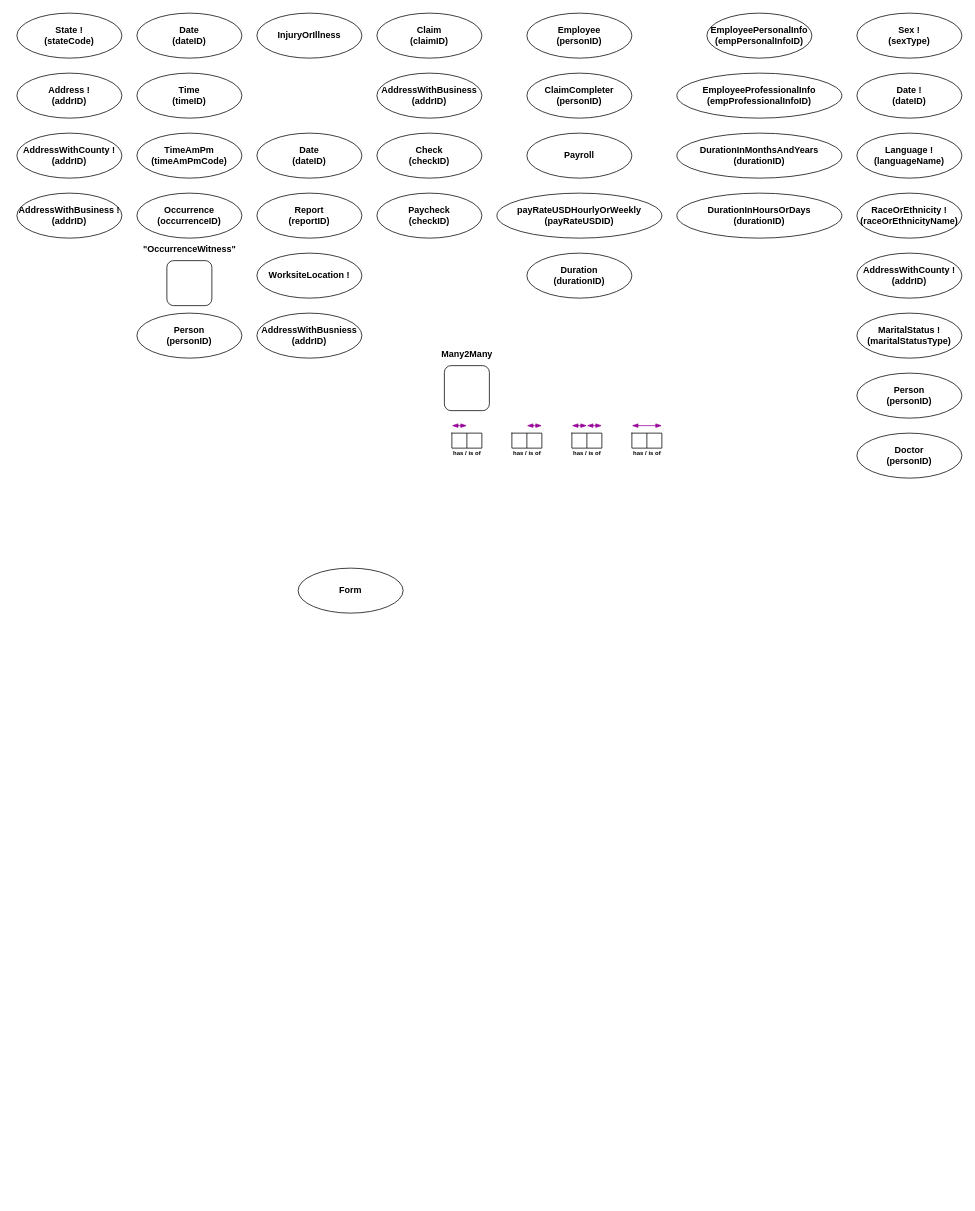
This is Exam_ORM.drawio from JaiChong/css475, a draw.io file, before an edit. Source tidied: cells renumbered, new cells numbered last; positions are measured from the earlier drawing's top-left corner, leaving out a move shared by most shapes. Both pictures are drawn from the tidied source at 75%, with x=0, y=0 at pixel (16, 13).
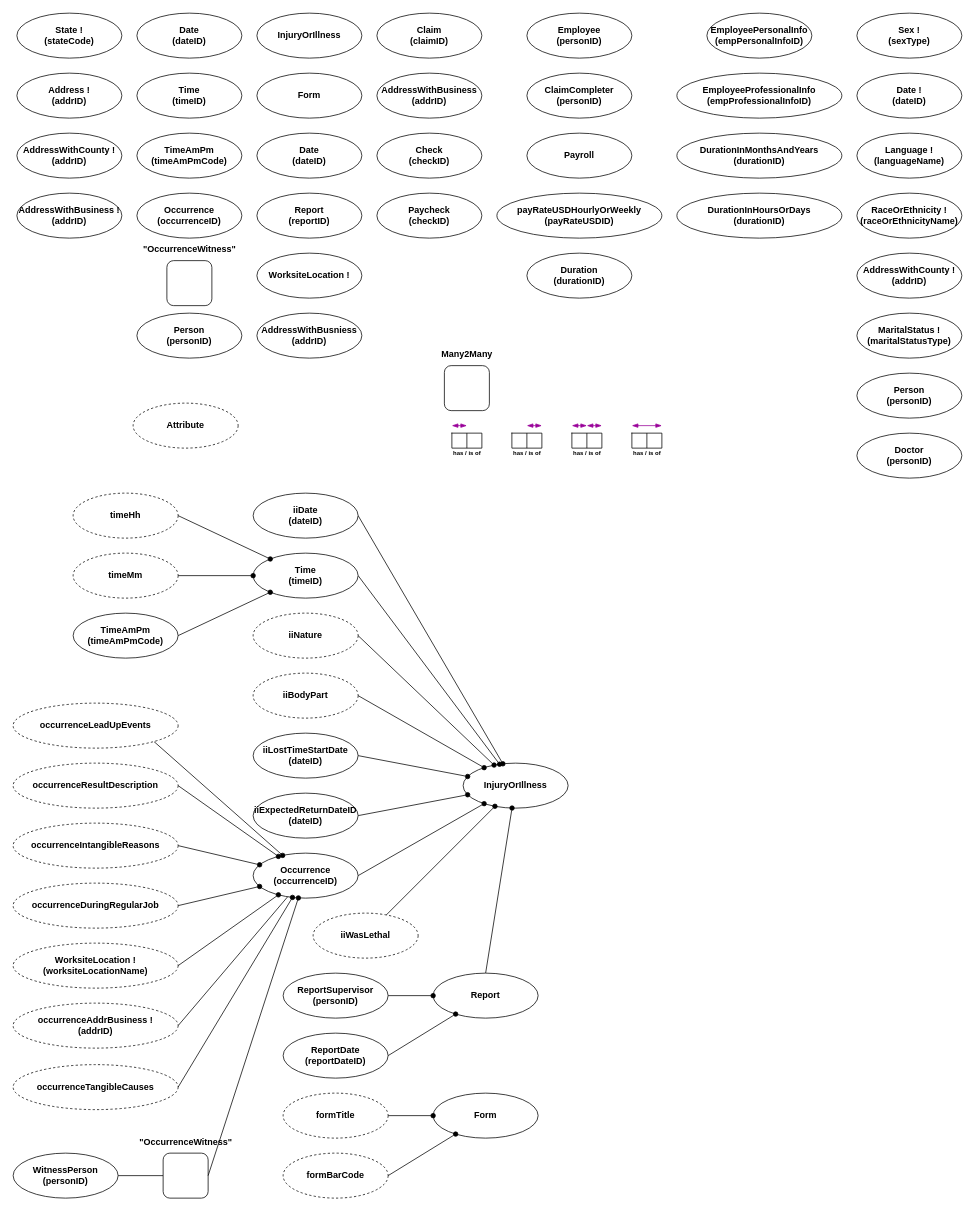
The same diagram, later.

What changed in the source:
```diff
@@
     <mxCell id="41" value="&lt;div&gt;Form&lt;/div&gt;" style="ellipse;whiteSpace=wrap;html=1;fontStyle=1;" parent="1" vertex="1">
-      <mxGeometry x="375" y="740" width="140" height="60" as="geometry" />
+      <mxGeometry x="320" y="80" width="140" height="60" as="geometry" />
     </mxCell>
@@
+    <mxCell id="67" value="Attribute" style="ellipse;whiteSpace=wrap;html=1;align=center;dashed=1;fontStyle=1;" parent="1" vertex="1">
+      <mxGeometry x="155" y="520" width="140" height="60" as="geometry" />
+    </mxCell>
+    <mxCell id="68" value="&lt;div&gt;InjuryOrIllness&lt;/div&gt;" style="ellipse;whiteSpace=wrap;html=1;fontStyle=1;" parent="1" vertex="1">
+      <mxGeometry x="595" y="1000" width="140" height="60" as="geometry" />
+    </mxCell>
+    <mxCell id="69" style="edgeStyle=none;rounded=0;jettySize=auto;html=1;exitX=1;exitY=0.5;exitDx=0;exitDy=0;endArrow=oval;endFill=1;" parent="1" edge="1" source="70" target="68">
+      <mxGeometry relative="1" as="geometry" />
+    </mxCell>
+    <mxCell id="70" value="iiDate&lt;br&gt;(dateID)" style="ellipse;whiteSpace=wrap;html=1;fontStyle=1;" parent="1" vertex="1">
+      <mxGeometry x="315" y="640" width="140" height="60" as="geometry" />
+    </mxCell>
+    <mxCell id="71" style="edgeStyle=none;rounded=0;jettySize=auto;html=1;exitX=1;exitY=0.5;exitDx=0;exitDy=0;endArrow=oval;endFill=1;" parent="1" edge="1" source="72" target="68">
+      <mxGeometry relative="1" as="geometry" />
+    </mxCell>
+    <mxCell id="72" value="Time&lt;div&gt;(timeID)&lt;br&gt;&lt;/div&gt;" style="ellipse;whiteSpace=wrap;html=1;fontStyle=1;" parent="1" vertex="1">
+      <mxGeometry x="315" y="720" width="140" height="60" as="geometry" />
+    </mxCell>
+    <mxCell id="73" style="edgeStyle=none;rounded=0;jettySize=auto;html=1;exitX=1;exitY=0.5;exitDx=0;exitDy=0;endArrow=oval;endFill=1;strokeColor=default;" parent="1" edge="1" source="74" target="72">
+      <mxGeometry relative="1" as="geometry" />
+    </mxCell>
+    <mxCell id="74" value="&lt;div&gt;TimeAmPm&lt;/div&gt;&lt;div&gt;(timeAmPmCode)&lt;br&gt;&lt;/div&gt;" style="ellipse;whiteSpace=wrap;html=1;fontStyle=1;" parent="1" vertex="1">
+      <mxGeometry x="75" y="800" width="140" height="60" as="geometry" />
+    </mxCell>
+    <mxCell id="75" style="edgeStyle=none;rounded=0;jettySize=auto;html=1;exitX=1;exitY=0.5;exitDx=0;exitDy=0;endArrow=oval;endFill=1;" parent="1" edge="1" source="76" target="68">
+      <mxGeometry relative="1" as="geometry" />
+    </mxCell>
+    <mxCell id="76" value="&lt;div&gt;Occurrence&lt;/div&gt;&lt;div&gt;(occurrenceID)&lt;br&gt;&lt;/div&gt;" style="ellipse;whiteSpace=wrap;html=1;fontStyle=1;" parent="1" vertex="1">
+      <mxGeometry x="315" y="1120" width="140" height="60" as="geometry" />
+    </mxCell>
+    <mxCell id="77" style="edgeStyle=none;rounded=0;jettySize=auto;html=1;endArrow=none;endFill=0;strokeColor=default;entryX=0;entryY=0.5;entryDx=0;entryDy=0;" parent="1" edge="1" source="78" target="79">
+      <mxGeometry relative="1" as="geometry" />
+    </mxCell>
+    <mxCell id="78" value="&lt;div&gt;WitnessPerson&lt;/div&gt;&lt;div&gt;(personID)&lt;br&gt;&lt;/div&gt;" style="ellipse;whiteSpace=wrap;html=1;fontStyle=1;" parent="1" vertex="1">
+      <mxGeometry x="-5" y="1520" width="140" height="60" as="geometry" />
+    </mxCell>
+    <mxCell id="79" style="rounded=1;whiteSpace=wrap;html=1;" parent="1" vertex="1">
+      <mxGeometry x="195" y="1520" width="60" height="60" as="geometry" />
+    </mxCell>
+    <mxCell id="80" style="edgeStyle=none;rounded=0;jettySize=auto;html=1;endArrow=oval;endFill=1;strokeColor=default;exitX=1;exitY=0.5;exitDx=0;exitDy=0;" parent="1" edge="1" source="79" target="76">
+      <mxGeometry relative="1" as="geometry" />
+    </mxCell>
+    <mxCell id="81" value="&quot;OccurrenceWitness&quot;" style="text;html=1;align=center;verticalAlign=middle;strokeColor=none;fillColor=none;fontStyle=1;" parent="1" vertex="1">
+      <mxGeometry x="150" y="1490" width="150" height="30" as="geometry" />
+    </mxCell>
+    <mxCell id="82" style="edgeStyle=none;rounded=0;jettySize=auto;html=1;exitX=1;exitY=0.5;exitDx=0;exitDy=0;endArrow=oval;endFill=1;strokeColor=default;" parent="1" edge="1" source="83" target="72">
+      <mxGeometry relative="1" as="geometry" />
+    </mxCell>
+    <mxCell id="83" value="&lt;div&gt;timeHh&lt;/div&gt;" style="ellipse;whiteSpace=wrap;html=1;align=center;dashed=1;fontStyle=1;" parent="1" vertex="1">
+      <mxGeometry x="75" y="640" width="140" height="60" as="geometry" />
+    </mxCell>
+    <mxCell id="84" style="edgeStyle=none;rounded=0;jettySize=auto;html=1;exitX=1;exitY=0.5;exitDx=0;exitDy=0;endArrow=oval;endFill=1;strokeColor=default;" parent="1" edge="1" source="85" target="72">
+      <mxGeometry relative="1" as="geometry" />
+    </mxCell>
+    <mxCell id="85" value="timeMm" style="ellipse;whiteSpace=wrap;html=1;align=center;dashed=1;fontStyle=1;" parent="1" vertex="1">
+      <mxGeometry x="75" y="720" width="140" height="60" as="geometry" />
+    </mxCell>
+    <mxCell id="86" style="edgeStyle=none;rounded=0;jettySize=auto;html=1;exitX=1;exitY=1;exitDx=0;exitDy=0;endArrow=oval;endFill=1;" parent="1" edge="1" source="87" target="76">
+      <mxGeometry relative="1" as="geometry" />
+    </mxCell>
+    <mxCell id="87" value="occurrenceLeadUpEvents" style="ellipse;whiteSpace=wrap;html=1;align=center;dashed=1;fontStyle=1;" parent="1" vertex="1">
+      <mxGeometry x="-5" y="920" width="220" height="60" as="geometry" />
+    </mxCell>
+    <mxCell id="88" style="edgeStyle=none;rounded=0;jettySize=auto;html=1;exitX=1;exitY=0.5;exitDx=0;exitDy=0;endArrow=oval;endFill=1;strokeColor=default;" parent="1" edge="1" source="89" target="76">
+      <mxGeometry relative="1" as="geometry" />
+    </mxCell>
+    <mxCell id="89" value="occurrenceResultDescription" style="ellipse;whiteSpace=wrap;html=1;align=center;dashed=1;fontStyle=1;" parent="1" vertex="1">
+      <mxGeometry x="-5" y="1000" width="220" height="60" as="geometry" />
+    </mxCell>
+    <mxCell id="90" style="edgeStyle=none;rounded=0;jettySize=auto;html=1;exitX=1;exitY=0.5;exitDx=0;exitDy=0;endArrow=oval;endFill=1;strokeColor=default;" parent="1" edge="1" source="91" target="76">
+      <mxGeometry relative="1" as="geometry" />
+    </mxCell>
+    <mxCell id="91" value="occurrenceIntangibleReasons" style="ellipse;whiteSpace=wrap;html=1;align=center;dashed=1;fontStyle=1;" parent="1" vertex="1">
+      <mxGeometry x="-5" y="1080" width="220" height="60" as="geometry" />
+    </mxCell>
+    <mxCell id="92" style="edgeStyle=none;rounded=0;jettySize=auto;html=1;exitX=1;exitY=0.5;exitDx=0;exitDy=0;endArrow=oval;endFill=1;strokeColor=default;" parent="1" edge="1" source="93" target="76">
+      <mxGeometry relative="1" as="geometry" />
+    </mxCell>
+    <mxCell id="93" value="occurrenceDuringRegularJob" style="ellipse;whiteSpace=wrap;html=1;align=center;dashed=1;fontStyle=1;" parent="1" vertex="1">
+      <mxGeometry x="-5" y="1160" width="220" height="60" as="geometry" />
+    </mxCell>
+    <mxCell id="94" style="edgeStyle=none;rounded=0;jettySize=auto;html=1;exitX=1;exitY=0.5;exitDx=0;exitDy=0;endArrow=oval;endFill=1;strokeColor=default;" parent="1" edge="1" source="95" target="76">
+      <mxGeometry relative="1" as="geometry" />
+    </mxCell>
+    <mxCell id="95" value="&lt;div&gt;WorksiteLocation !&lt;br&gt;&lt;/div&gt;&lt;div&gt;(worksiteLocationName)&lt;br&gt;&lt;/div&gt;" style="ellipse;whiteSpace=wrap;html=1;align=center;dashed=1;fontStyle=1;" parent="1" vertex="1">
+      <mxGeometry x="-5" y="1240" width="220" height="60" as="geometry" />
+    </mxCell>
+    <mxCell id="96" style="edgeStyle=none;rounded=0;jettySize=auto;html=1;exitX=1;exitY=0.5;exitDx=0;exitDy=0;endArrow=none;endFill=0;strokeColor=default;" parent="1" edge="1" source="97" target="76">
+      <mxGeometry relative="1" as="geometry" />
+    </mxCell>
+    <mxCell id="97" value="&lt;div&gt;occurrenceAddrBusiness !&lt;br&gt;&lt;/div&gt;&lt;div&gt;(addrID)&lt;br&gt;&lt;/div&gt;" style="ellipse;whiteSpace=wrap;html=1;align=center;dashed=1;fontStyle=1;" parent="1" vertex="1">
+      <mxGeometry x="-5" y="1320" width="220" height="60" as="geometry" />
+    </mxCell>
+    <mxCell id="98" style="edgeStyle=none;rounded=0;jettySize=auto;html=1;exitX=1;exitY=0.5;exitDx=0;exitDy=0;endArrow=oval;endFill=1;" parent="1" edge="1" source="99" target="68">
+      <mxGeometry relative="1" as="geometry" />
+    </mxCell>
+    <mxCell id="99" value="iiNature" style="ellipse;whiteSpace=wrap;html=1;fontStyle=1;dashed=1;" parent="1" vertex="1">
+      <mxGeometry x="315" y="800" width="140" height="60" as="geometry" />
+    </mxCell>
+    <mxCell id="100" style="edgeStyle=none;rounded=0;jettySize=auto;html=1;exitX=1;exitY=0.5;exitDx=0;exitDy=0;endArrow=oval;endFill=1;" parent="1" edge="1" source="101" target="68">
+      <mxGeometry relative="1" as="geometry" />
+    </mxCell>
+    <mxCell id="101" value="iiBodyPart" style="ellipse;whiteSpace=wrap;html=1;fontStyle=1;dashed=1;" parent="1" vertex="1">
+      <mxGeometry x="315" y="880" width="140" height="60" as="geometry" />
+    </mxCell>
+    <mxCell id="102" style="edgeStyle=none;rounded=0;jettySize=auto;html=1;exitX=1;exitY=0.5;exitDx=0;exitDy=0;endArrow=oval;endFill=1;" parent="1" edge="1" source="103" target="68">
+      <mxGeometry relative="1" as="geometry" />
+    </mxCell>
+    <mxCell id="103" value="iiLostTimeStartDate&lt;br&gt;(dateID)" style="ellipse;whiteSpace=wrap;html=1;fontStyle=1;" parent="1" vertex="1">
+      <mxGeometry x="315" y="960" width="140" height="60" as="geometry" />
+    </mxCell>
+    <mxCell id="104" style="edgeStyle=none;rounded=0;jettySize=auto;html=1;exitX=1;exitY=0.5;exitDx=0;exitDy=0;endArrow=oval;endFill=1;" parent="1" edge="1" source="105" target="68">
+      <mxGeometry relative="1" as="geometry" />
+    </mxCell>
+    <mxCell id="105" value="&lt;div&gt;iiExpectedReturnDateID&lt;/div&gt;&lt;div&gt;(dateID)&lt;br&gt;&lt;/div&gt;" style="ellipse;whiteSpace=wrap;html=1;fontStyle=1;" parent="1" vertex="1">
+      <mxGeometry x="315" y="1040" width="140" height="60" as="geometry" />
+    </mxCell>
+    <mxCell id="106" style="edgeStyle=none;rounded=0;jettySize=auto;html=1;endArrow=oval;endFill=1;" parent="1" edge="1" source="107" target="68">
+      <mxGeometry relative="1" as="geometry" />
+    </mxCell>
+    <mxCell id="107" value="iiWasLethal" style="ellipse;whiteSpace=wrap;html=1;fontStyle=1;dashed=1;" parent="1" vertex="1">
+      <mxGeometry x="395" y="1200" width="140" height="60" as="geometry" />
+    </mxCell>
+    <mxCell id="108" style="edgeStyle=none;rounded=0;jettySize=auto;html=1;endArrow=oval;endFill=1;exitX=0.5;exitY=0;exitDx=0;exitDy=0;" parent="1" edge="1" source="109" target="68">
+      <mxGeometry relative="1" as="geometry" />
+    </mxCell>
+    <mxCell id="109" value="Report" style="ellipse;whiteSpace=wrap;html=1;fontStyle=1;" parent="1" vertex="1">
+      <mxGeometry x="555" y="1280" width="140" height="60" as="geometry" />
+    </mxCell>
+    <mxCell id="110" style="edgeStyle=none;rounded=0;jettySize=auto;html=1;exitX=1;exitY=0.5;exitDx=0;exitDy=0;endArrow=oval;endFill=1;" parent="1" edge="1" source="111" target="109">
+      <mxGeometry relative="1" as="geometry" />
+    </mxCell>
+    <mxCell id="111" value="&lt;div&gt;ReportSupervisor&lt;/div&gt;&lt;div&gt;(personID)&lt;br&gt;&lt;/div&gt;" style="ellipse;whiteSpace=wrap;html=1;fontStyle=1;" parent="1" vertex="1">
+      <mxGeometry x="355" y="1280" width="140" height="60" as="geometry" />
+    </mxCell>
+    <mxCell id="112" style="edgeStyle=none;rounded=0;jettySize=auto;html=1;exitX=1;exitY=0.5;exitDx=0;exitDy=0;endArrow=oval;endFill=1;" parent="1" edge="1" source="113" target="109">
+      <mxGeometry relative="1" as="geometry" />
+    </mxCell>
+    <mxCell id="113" value="&lt;div&gt;ReportDate&lt;/div&gt;&lt;div&gt;(reportDateID)&lt;br&gt;&lt;/div&gt;" style="ellipse;whiteSpace=wrap;html=1;fontStyle=1;" parent="1" vertex="1">
+      <mxGeometry x="355" y="1360" width="140" height="60" as="geometry" />
+    </mxCell>
+    <mxCell id="114" value="Form" style="ellipse;whiteSpace=wrap;html=1;fontStyle=1;" parent="1" vertex="1">
+      <mxGeometry x="555" y="1440" width="140" height="60" as="geometry" />
+    </mxCell>
+    <mxCell id="115" style="edgeStyle=none;rounded=0;jettySize=auto;html=1;exitX=1;exitY=0.5;exitDx=0;exitDy=0;endArrow=oval;endFill=1;" parent="1" edge="1" source="116" target="114">
+      <mxGeometry relative="1" as="geometry" />
+    </mxCell>
+    <mxCell id="116" value="formTitle" style="ellipse;whiteSpace=wrap;html=1;fontStyle=1;dashed=1;" parent="1" vertex="1">
+      <mxGeometry x="355" y="1440" width="140" height="60" as="geometry" />
+    </mxCell>
+    <mxCell id="117" style="edgeStyle=none;rounded=0;jettySize=auto;html=1;exitX=1;exitY=0.5;exitDx=0;exitDy=0;endArrow=oval;endFill=1;" parent="1" edge="1" source="118" target="114">
+      <mxGeometry relative="1" as="geometry" />
+    </mxCell>
+    <mxCell id="118" value="formBarCode" style="ellipse;whiteSpace=wrap;html=1;fontStyle=1;dashed=1;" parent="1" vertex="1">
+      <mxGeometry x="355" y="1520" width="140" height="60" as="geometry" />
+    </mxCell>
+    <mxCell id="119" style="edgeStyle=none;rounded=0;jettySize=auto;html=1;exitX=1;exitY=0.5;exitDx=0;exitDy=0;endArrow=oval;endFill=1;strokeColor=default;" parent="1" edge="1" source="120" target="76">
+      <mxGeometry relative="1" as="geometry" />
+    </mxCell>
+    <mxCell id="120" value="occurrenceTangibleCauses" style="ellipse;whiteSpace=wrap;html=1;align=center;dashed=1;fontStyle=1;" parent="1" vertex="1">
+      <mxGeometry x="-5" y="1402" width="220" height="60" as="geometry" />
+    </mxCell>
```
